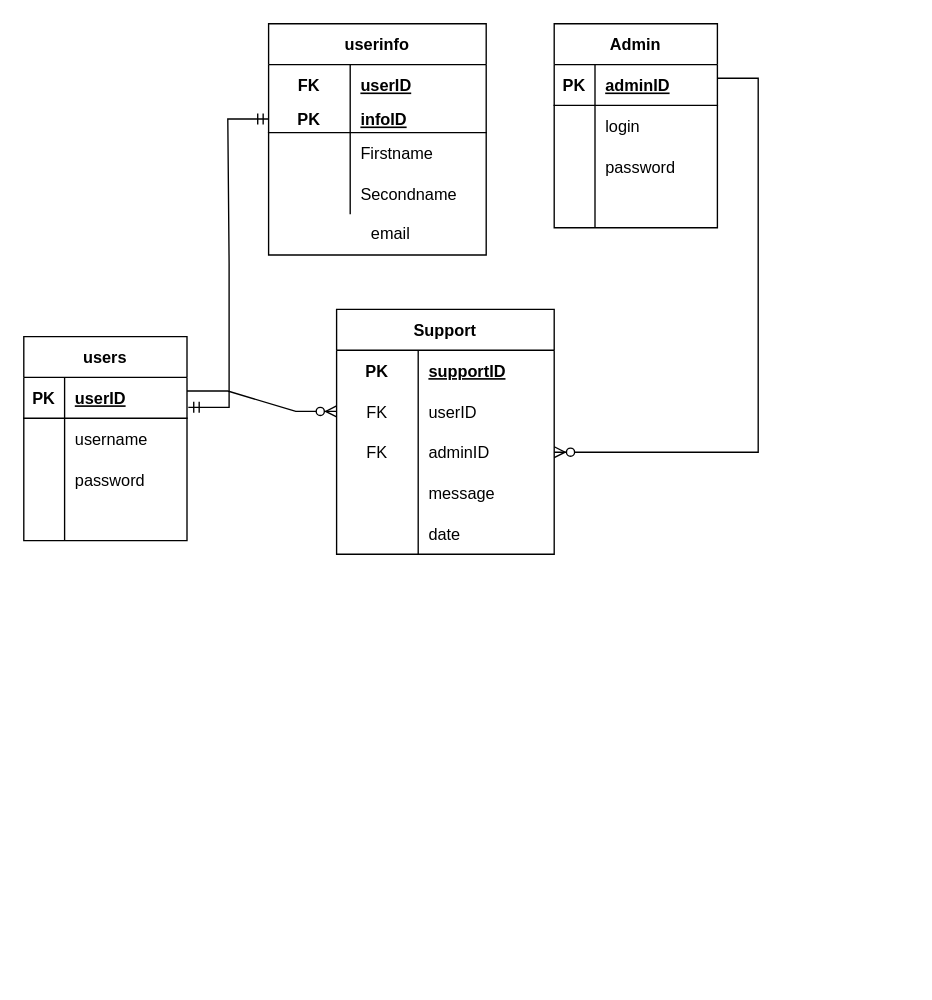
Earlier version of the draw.io diagram Untitled Diagram.drawio (AplyQ8/SUBD). Source tidied: cells renumbered, new cells numbered last; positions are measured from the earlier drawing's top-left corner, leaving out a move shared by most shapes. Both pictures are drawn from the tidied source at 136%, with x=0, y=0 at pixel (23, 23).
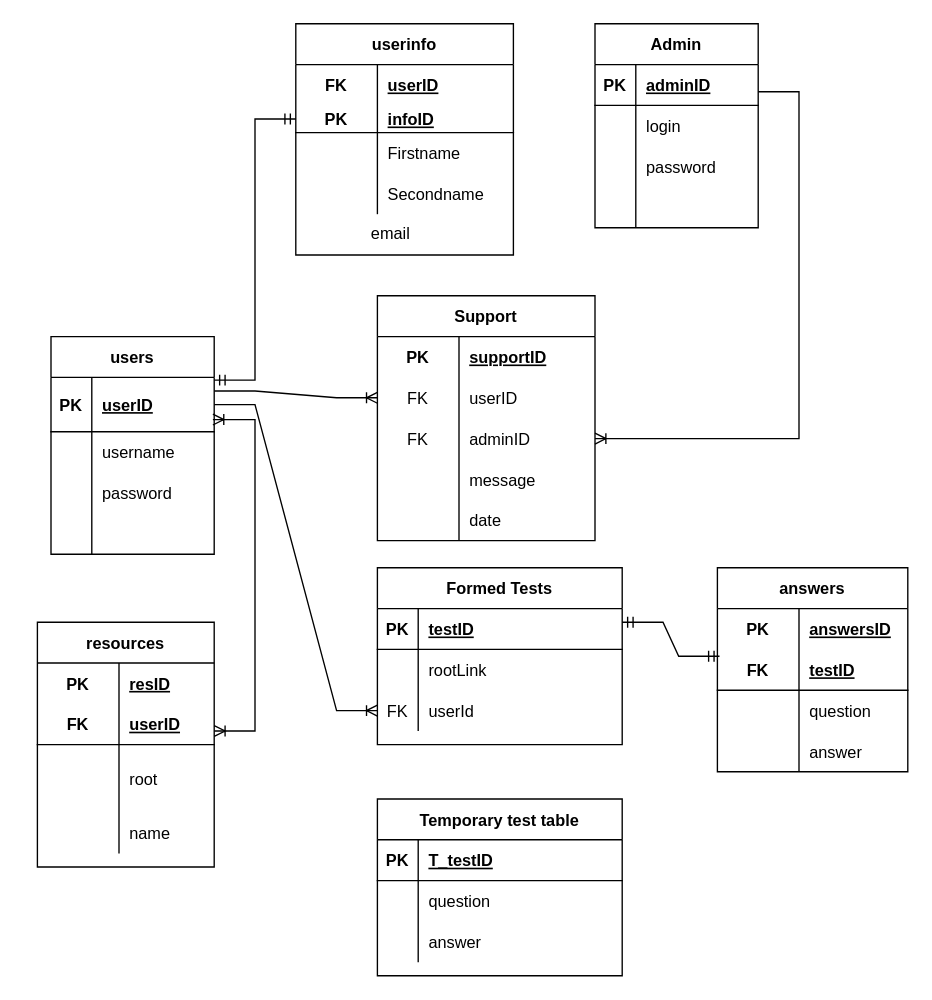
After the change.

The change refers to these unchanged cells:
```xml
<mxCell id="19" style="shape=tableRow;horizontal=0;startSize=0;swimlaneHead=0;swimlaneBody=0;fillColor=none;points=[[0,0.5],[1,0.5]];portConstraint=eastwest;top=0;left=0;right=0;bottom=1;" parent="15" vertex="1">
  <mxGeometry y="60" width="160" height="20" as="geometry" />
</mxCell>
<mxCell id="34" style="shape=tableRow;horizontal=0;startSize=0;swimlaneHead=0;swimlaneBody=0;fillColor=none;points=[[0,0.5],[1,0.5]];portConstraint=eastwest;top=0;left=0;right=0;bottom=0;" parent="30" vertex="1">
  <mxGeometry y="60" width="160" height="30" as="geometry" />
</mxCell>
<mxCell id="37" style="shape=tableRow;horizontal=0;startSize=0;swimlaneHead=0;swimlaneBody=0;fillColor=none;points=[[0,0.5],[1,0.5]];portConstraint=eastwest;top=0;left=0;right=0;bottom=0;" parent="30" vertex="1">
  <mxGeometry y="90" width="160" height="30" as="geometry" />
</mxCell>
```

What changed in the source:
```diff
@@
     <mxCell id="2" value="users" style="shape=table;startSize=30;childLayout=tableLayout;rowLines=0;fontStyle=1;align=center;" parent="1" vertex="1">
-      <mxGeometry y="230" width="120" height="150" as="geometry" />
+      <mxGeometry x="20" y="230" width="120" height="160" as="geometry" />
     </mxCell>
     <mxCell id="3" style="shape=tableRow;horizontal=0;startSize=0;swimlaneHead=0;swimlaneBody=0;fillColor=none;points=[[0,0.5],[1,0.5]];portConstraint=eastwest;top=0;left=0;right=0;bottom=1;" parent="2" vertex="1">
-      <mxGeometry y="30" width="120" height="30" as="geometry" />
+      <mxGeometry y="30" width="120" height="40" as="geometry" />
     </mxCell>
     <mxCell id="4" value="PK" style="shape=partialRectangle;fillColor=none;top=0;left=0;bottom=0;right=0;fontStyle=1;overflow=hidden;" parent="3" vertex="1">
-      <mxGeometry width="30" height="30" as="geometry" />
+      <mxGeometry width="30" height="40" as="geometry" />
     </mxCell>
     <mxCell id="5" value="userID" style="shape=partialRectangle;fillColor=none;top=0;left=0;bottom=0;right=0;align=left;spacingLeft=6;fontStyle=5;overflow=hidden;" parent="3" vertex="1">
-      <mxGeometry x="30" width="90" height="30" as="geometry" />
+      <mxGeometry x="30" width="90" height="40" as="geometry" />
     </mxCell>
     <mxCell id="6" style="shape=tableRow;horizontal=0;startSize=0;swimlaneHead=0;swimlaneBody=0;fillColor=none;top=0;left=0;right=0;bottom=0;" parent="2" vertex="1">
-      <mxGeometry y="60" width="120" height="30" as="geometry" />
+      <mxGeometry y="70" width="120" height="30" as="geometry" />
     </mxCell>
@@
     <mxCell id="9" style="shape=tableRow;horizontal=0;startSize=0;swimlaneHead=0;swimlaneBody=0;fillColor=none;top=0;left=0;right=0;bottom=0;" parent="2" vertex="1">
-      <mxGeometry y="90" width="120" height="30" as="geometry" />
+      <mxGeometry y="100" width="120" height="30" as="geometry" />
     </mxCell>
@@
     <mxCell id="12" style="shape=tableRow;horizontal=0;startSize=0;swimlaneHead=0;swimlaneBody=0;fillColor=none;top=0;left=0;right=0;bottom=0;" parent="2" vertex="1">
-      <mxGeometry y="120" width="120" height="30" as="geometry" />
+      <mxGeometry y="130" width="120" height="30" as="geometry" />
     </mxCell>
@@
     <mxCell id="15" value="userinfo" style="shape=table;startSize=30;childLayout=tableLayout;rowLines=0;fontStyle=1;align=center;" parent="1" vertex="1">
-      <mxGeometry x="180" width="160" height="170" as="geometry" />
+      <mxGeometry x="200" width="160" height="170" as="geometry" />
     </mxCell>
@@
-    <mxCell id="29" style="edgeStyle=entityRelationEdgeStyle;fontSize=12;html=1;endArrow=ERmandOne;startArrow=ERmandOne;rounded=0;entryX=0;entryY=0.5;entryDx=0;entryDy=0;exitX=1.008;exitY=0.733;exitDx=0;exitDy=0;exitPerimeter=0;" parent="1" edge="1" source="3" target="19">
-      <mxGeometry relative="1" as="geometry" />
+    <mxCell id="29" style="edgeStyle=entityRelationEdgeStyle;fontSize=12;html=1;endArrow=ERmandOne;startArrow=ERmandOne;rounded=0;entryX=0;entryY=0.5;entryDx=0;entryDy=0;" parent="1" edge="1" target="19">
+      <mxGeometry relative="1" as="geometry">
+        <mxPoint x="140" y="262" as="sourcePoint" />
+      </mxGeometry>
     </mxCell>
     <mxCell id="30" value="Support" style="shape=table;startSize=30;childLayout=tableLayout;rowLines=0;fontStyle=1;align=center;" parent="1" vertex="1">
-      <mxGeometry x="230" y="210" width="160" height="180" as="geometry" />
+      <mxGeometry x="260" y="200" width="160" height="180" as="geometry" />
     </mxCell>
@@
     <mxCell id="46" value="Admin" style="shape=table;startSize=30;childLayout=tableLayout;rowLines=0;fontStyle=1;align=center;" parent="1" vertex="1">
-      <mxGeometry x="390" width="120" height="150" as="geometry" />
+      <mxGeometry x="420" width="120" height="150" as="geometry" />
     </mxCell>
@@
-    <mxCell id="59" style="edgeStyle=entityRelationEdgeStyle;fontSize=12;html=1;endArrow=ERzeroToMany;endFill=1;rounded=0;" parent="1" edge="1" target="34">
-      <mxGeometry relative="1" as="geometry">
-        <mxPoint x="120" y="270" as="sourcePoint" />
-      </mxGeometry>
-    </mxCell>
-    <mxCell id="60" style="edgeStyle=entityRelationEdgeStyle;fontSize=12;html=1;endArrow=ERzeroToMany;endFill=1;rounded=0;" parent="1" edge="1" target="37">
-      <mxGeometry relative="1" as="geometry">
-        <mxPoint x="510" y="40" as="sourcePoint" />
-      </mxGeometry>
-    </mxCell>
+    <mxCell id="61" value="resources" style="shape=table;startSize=30;childLayout=tableLayout;rowLines=0;fontStyle=1;align=center;" parent="1" vertex="1">
+      <mxGeometry x="10" y="440" width="130" height="180" as="geometry" />
+    </mxCell>
+    <mxCell id="62" style="shape=tableRow;horizontal=0;startSize=0;swimlaneHead=0;swimlaneBody=0;fillColor=none;top=0;left=0;right=0;bottom=0;" parent="61" vertex="1">
+      <mxGeometry y="30" width="130" height="30" as="geometry" />
+    </mxCell>
+    <mxCell id="63" value="PK" style="shape=partialRectangle;fillColor=none;top=0;left=0;bottom=0;right=0;fontStyle=1;overflow=hidden;" parent="62" vertex="1">
+      <mxGeometry width="60" height="30" as="geometry" />
+    </mxCell>
+    <mxCell id="64" value="resID" style="shape=partialRectangle;fillColor=none;top=0;left=0;bottom=0;right=0;align=left;spacingLeft=6;fontStyle=5;overflow=hidden;" parent="62" vertex="1">
+      <mxGeometry x="60" width="70" height="30" as="geometry" />
+    </mxCell>
+    <mxCell id="65" style="shape=tableRow;horizontal=0;startSize=0;swimlaneHead=0;swimlaneBody=0;fillColor=none;top=0;left=0;right=0;bottom=1;" parent="61" vertex="1">
+      <mxGeometry y="60" width="130" height="30" as="geometry" />
+    </mxCell>
+    <mxCell id="66" value="FK" style="shape=partialRectangle;fillColor=none;top=0;left=0;bottom=0;right=0;fontStyle=1;overflow=hidden;" parent="65" vertex="1">
+      <mxGeometry width="60" height="30" as="geometry" />
+    </mxCell>
+    <mxCell id="67" value="userID" style="shape=partialRectangle;fillColor=none;top=0;left=0;bottom=0;right=0;align=left;spacingLeft=6;fontStyle=5;overflow=hidden;" parent="65" vertex="1">
+      <mxGeometry x="60" width="70" height="30" as="geometry" />
+    </mxCell>
+    <mxCell id="68" style="shape=tableRow;horizontal=0;startSize=0;swimlaneHead=0;swimlaneBody=0;fillColor=none;top=0;left=0;right=0;bottom=0;" parent="61" vertex="1">
+      <mxGeometry y="90" width="130" height="50" as="geometry" />
+    </mxCell>
+    <mxCell id="69" style="shape=partialRectangle;fillColor=none;top=0;left=0;bottom=0;right=0;overflow=hidden;" parent="68" vertex="1">
+      <mxGeometry width="60" height="50" as="geometry" />
+    </mxCell>
+    <mxCell id="70" value="root" style="shape=partialRectangle;fillColor=none;top=0;left=0;bottom=0;right=0;align=left;spacingLeft=6;overflow=hidden;" parent="68" vertex="1">
+      <mxGeometry x="60" width="70" height="50" as="geometry" />
+    </mxCell>
+    <mxCell id="71" style="shape=tableRow;horizontal=0;startSize=0;swimlaneHead=0;swimlaneBody=0;fillColor=none;top=0;left=0;right=0;bottom=0;" parent="61" vertex="1">
+      <mxGeometry y="140" width="130" height="30" as="geometry" />
+    </mxCell>
+    <mxCell id="72" style="shape=partialRectangle;fillColor=none;top=0;left=0;bottom=0;right=0;overflow=hidden;" parent="71" vertex="1">
+      <mxGeometry width="60" height="30" as="geometry" />
+    </mxCell>
+    <mxCell id="73" value="name" style="shape=partialRectangle;fillColor=none;top=0;left=0;bottom=0;right=0;align=left;spacingLeft=6;overflow=hidden;" parent="71" vertex="1">
+      <mxGeometry x="60" width="70" height="30" as="geometry" />
+    </mxCell>
+    <mxCell id="74" style="edgeStyle=entityRelationEdgeStyle;fontSize=12;html=1;endArrow=ERoneToMany;rounded=0;" parent="1" edge="1" target="34">
+      <mxGeometry relative="1" as="geometry">
+        <mxPoint x="140" y="270" as="sourcePoint" />
+      </mxGeometry>
+    </mxCell>
+    <mxCell id="75" style="edgeStyle=entityRelationEdgeStyle;fontSize=12;html=1;endArrow=ERoneToMany;rounded=0;" parent="1" edge="1" target="37">
+      <mxGeometry relative="1" as="geometry">
+        <mxPoint x="540" y="50" as="sourcePoint" />
+      </mxGeometry>
+    </mxCell>
+    <mxCell id="76" value="Formed Tests" style="shape=table;startSize=30;childLayout=tableLayout;rowLines=0;fontStyle=1;align=center;" parent="1" vertex="1">
+      <mxGeometry x="260" y="400" width="180" height="130" as="geometry" />
+    </mxCell>
+    <mxCell id="77" style="shape=tableRow;horizontal=0;startSize=0;swimlaneHead=0;swimlaneBody=0;fillColor=none;top=0;left=0;right=0;bottom=1;" parent="76" vertex="1">
+      <mxGeometry y="30" width="180" height="30" as="geometry" />
+    </mxCell>
+    <mxCell id="78" value="PK" style="shape=partialRectangle;fillColor=none;top=0;left=0;bottom=0;right=0;fontStyle=1;overflow=hidden;" parent="77" vertex="1">
+      <mxGeometry width="30" height="30" as="geometry" />
+    </mxCell>
+    <mxCell id="79" value="testID" style="shape=partialRectangle;fillColor=none;top=0;left=0;bottom=0;right=0;align=left;spacingLeft=6;fontStyle=5;overflow=hidden;" parent="77" vertex="1">
+      <mxGeometry x="30" width="150" height="30" as="geometry" />
+    </mxCell>
+    <mxCell id="80" style="shape=tableRow;horizontal=0;startSize=0;swimlaneHead=0;swimlaneBody=0;fillColor=none;top=0;left=0;right=0;bottom=0;" parent="76" vertex="1">
+      <mxGeometry y="60" width="180" height="30" as="geometry" />
+    </mxCell>
+    <mxCell id="81" style="shape=partialRectangle;fillColor=none;top=0;left=0;bottom=0;right=0;overflow=hidden;" parent="80" vertex="1">
+      <mxGeometry width="30" height="30" as="geometry" />
+    </mxCell>
+    <mxCell id="82" value="rootLink" style="shape=partialRectangle;fillColor=none;top=0;left=0;bottom=0;right=0;align=left;spacingLeft=6;overflow=hidden;" parent="80" vertex="1">
+      <mxGeometry x="30" width="150" height="30" as="geometry" />
+    </mxCell>
+    <mxCell id="83" style="shape=tableRow;horizontal=0;startSize=0;swimlaneHead=0;swimlaneBody=0;fillColor=none;points=[[0,0.5],[1,0.5]];portConstraint=eastwest;top=0;left=0;right=0;bottom=0;" parent="76" vertex="1">
+      <mxGeometry y="90" width="180" height="30" as="geometry" />
+    </mxCell>
+    <mxCell id="84" value="FK" style="shape=partialRectangle;fillColor=none;top=0;left=0;bottom=0;right=0;fontStyle=0;overflow=hidden;" parent="83" vertex="1">
+      <mxGeometry width="30" height="30" as="geometry" />
+    </mxCell>
+    <mxCell id="85" value="userId" style="shape=partialRectangle;fillColor=none;top=0;left=0;bottom=0;right=0;align=left;spacingLeft=6;fontStyle=0;overflow=hidden;" parent="83" vertex="1">
+      <mxGeometry x="30" width="150" height="30" as="geometry" />
+    </mxCell>
+    <mxCell id="86" style="edgeStyle=entityRelationEdgeStyle;fontSize=12;html=1;endArrow=ERoneToMany;rounded=0;exitX=1;exitY=0.5;exitDx=0;exitDy=0;" parent="1" edge="1" source="3" target="83">
+      <mxGeometry relative="1" as="geometry" />
+    </mxCell>
+    <mxCell id="87" style="edgeStyle=entityRelationEdgeStyle;fontSize=12;html=1;endArrow=ERoneToMany;startArrow=ERoneToMany;rounded=0;entryX=0.992;entryY=0.775;entryDx=0;entryDy=0;entryPerimeter=0;" parent="1" edge="1" target="3">
+      <mxGeometry relative="1" as="geometry">
+        <mxPoint x="140" y="520" as="sourcePoint" />
+      </mxGeometry>
+    </mxCell>
+    <mxCell id="88" value="answers" style="shape=table;startSize=30;childLayout=tableLayout;rowLines=0;fontStyle=1;align=center;" parent="1" vertex="1">
+      <mxGeometry x="510" y="400" width="140" height="150" as="geometry" />
+    </mxCell>
+    <mxCell id="89" style="shape=tableRow;horizontal=0;startSize=0;swimlaneHead=0;swimlaneBody=0;fillColor=none;top=0;left=0;right=0;bottom=0;" parent="88" vertex="1">
+      <mxGeometry y="30" width="140" height="30" as="geometry" />
+    </mxCell>
+    <mxCell id="90" value="PK" style="shape=partialRectangle;fillColor=none;top=0;left=0;bottom=0;right=0;fontStyle=1;overflow=hidden;" parent="89" vertex="1">
+      <mxGeometry width="60" height="30" as="geometry" />
+    </mxCell>
+    <mxCell id="91" value="answersID" style="shape=partialRectangle;fillColor=none;top=0;left=0;bottom=0;right=0;align=left;spacingLeft=6;fontStyle=5;overflow=hidden;" parent="89" vertex="1">
+      <mxGeometry x="60" width="80" height="30" as="geometry" />
+    </mxCell>
+    <mxCell id="92" style="shape=tableRow;horizontal=0;startSize=0;swimlaneHead=0;swimlaneBody=0;fillColor=none;points=[[0,0.5],[1,0.5]];portConstraint=eastwest;top=0;left=0;right=0;bottom=1;" parent="88" vertex="1">
+      <mxGeometry y="60" width="140" height="30" as="geometry" />
+    </mxCell>
+    <mxCell id="93" value="FK" style="shape=partialRectangle;fillColor=none;top=0;left=0;bottom=0;right=0;fontStyle=1;overflow=hidden;" parent="92" vertex="1">
+      <mxGeometry width="60" height="30" as="geometry" />
+    </mxCell>
+    <mxCell id="94" value="testID" style="shape=partialRectangle;fillColor=none;top=0;left=0;bottom=0;right=0;align=left;spacingLeft=6;fontStyle=5;overflow=hidden;" parent="92" vertex="1">
+      <mxGeometry x="60" width="80" height="30" as="geometry" />
+    </mxCell>
+    <mxCell id="95" style="shape=tableRow;horizontal=0;startSize=0;swimlaneHead=0;swimlaneBody=0;fillColor=none;top=0;left=0;right=0;bottom=0;" parent="88" vertex="1">
+      <mxGeometry y="90" width="140" height="30" as="geometry" />
+    </mxCell>
+    <mxCell id="96" style="shape=partialRectangle;fillColor=none;top=0;left=0;bottom=0;right=0;overflow=hidden;" parent="95" vertex="1">
+      <mxGeometry width="60" height="30" as="geometry" />
+    </mxCell>
+    <mxCell id="97" value="question" style="shape=partialRectangle;fillColor=none;top=0;left=0;bottom=0;right=0;align=left;spacingLeft=6;overflow=hidden;" parent="95" vertex="1">
+      <mxGeometry x="60" width="80" height="30" as="geometry" />
+    </mxCell>
+    <mxCell id="98" style="shape=tableRow;horizontal=0;startSize=0;swimlaneHead=0;swimlaneBody=0;fillColor=none;top=0;left=0;right=0;bottom=0;" parent="88" vertex="1">
+      <mxGeometry y="120" width="140" height="30" as="geometry" />
+    </mxCell>
+    <mxCell id="99" style="shape=partialRectangle;fillColor=none;top=0;left=0;bottom=0;right=0;overflow=hidden;" parent="98" vertex="1">
+      <mxGeometry width="60" height="30" as="geometry" />
+    </mxCell>
+    <mxCell id="100" value="answer" style="shape=partialRectangle;fillColor=none;top=0;left=0;bottom=0;right=0;align=left;spacingLeft=6;overflow=hidden;" parent="98" vertex="1">
+      <mxGeometry x="60" width="80" height="30" as="geometry" />
+    </mxCell>
+    <mxCell id="101" style="edgeStyle=entityRelationEdgeStyle;fontSize=12;html=1;endArrow=ERmandOne;startArrow=ERmandOne;rounded=0;entryX=0.011;entryY=0.167;entryDx=0;entryDy=0;entryPerimeter=0;" parent="1" edge="1" target="92">
+      <mxGeometry relative="1" as="geometry">
+        <mxPoint x="440" y="440" as="sourcePoint" />
+      </mxGeometry>
+    </mxCell>
+    <mxCell id="102" value="Temporary test table" style="shape=table;startSize=30;childLayout=tableLayout;rowLines=0;fontStyle=1;align=center;" parent="1" vertex="1">
+      <mxGeometry x="260" y="570" width="180" height="130" as="geometry" />
+    </mxCell>
+    <mxCell id="103" style="shape=tableRow;horizontal=0;startSize=0;swimlaneHead=0;swimlaneBody=0;fillColor=none;top=0;left=0;right=0;bottom=1;" parent="102" vertex="1">
+      <mxGeometry y="30" width="180" height="30" as="geometry" />
+    </mxCell>
+    <mxCell id="104" value="PK" style="shape=partialRectangle;fillColor=none;top=0;left=0;bottom=0;right=0;fontStyle=1;overflow=hidden;" parent="103" vertex="1">
+      <mxGeometry width="30" height="30" as="geometry" />
+    </mxCell>
+    <mxCell id="105" value="T_testID" style="shape=partialRectangle;fillColor=none;top=0;left=0;bottom=0;right=0;align=left;spacingLeft=6;fontStyle=5;overflow=hidden;" parent="103" vertex="1">
+      <mxGeometry x="30" width="150" height="30" as="geometry" />
+    </mxCell>
+    <mxCell id="106" style="shape=tableRow;horizontal=0;startSize=0;swimlaneHead=0;swimlaneBody=0;fillColor=none;top=0;left=0;right=0;bottom=0;" parent="102" vertex="1">
+      <mxGeometry y="60" width="180" height="30" as="geometry" />
+    </mxCell>
+    <mxCell id="107" style="shape=partialRectangle;fillColor=none;top=0;left=0;bottom=0;right=0;overflow=hidden;" parent="106" vertex="1">
+      <mxGeometry width="30" height="30" as="geometry" />
+    </mxCell>
+    <mxCell id="108" value="question" style="shape=partialRectangle;fillColor=none;top=0;left=0;bottom=0;right=0;align=left;spacingLeft=6;overflow=hidden;" parent="106" vertex="1">
+      <mxGeometry x="30" width="150" height="30" as="geometry" />
+    </mxCell>
+    <mxCell id="109" style="shape=tableRow;horizontal=0;startSize=0;swimlaneHead=0;swimlaneBody=0;fillColor=none;top=0;left=0;right=0;bottom=0;" parent="102" vertex="1">
+      <mxGeometry y="90" width="180" height="30" as="geometry" />
+    </mxCell>
+    <mxCell id="110" style="shape=partialRectangle;fillColor=none;top=0;left=0;bottom=0;right=0;overflow=hidden;" parent="109" vertex="1">
+      <mxGeometry width="30" height="30" as="geometry" />
+    </mxCell>
+    <mxCell id="111" value="answer" style="shape=partialRectangle;fillColor=none;top=0;left=0;bottom=0;right=0;align=left;spacingLeft=6;overflow=hidden;" parent="109" vertex="1">
+      <mxGeometry x="30" width="150" height="30" as="geometry" />
+    </mxCell>
```
